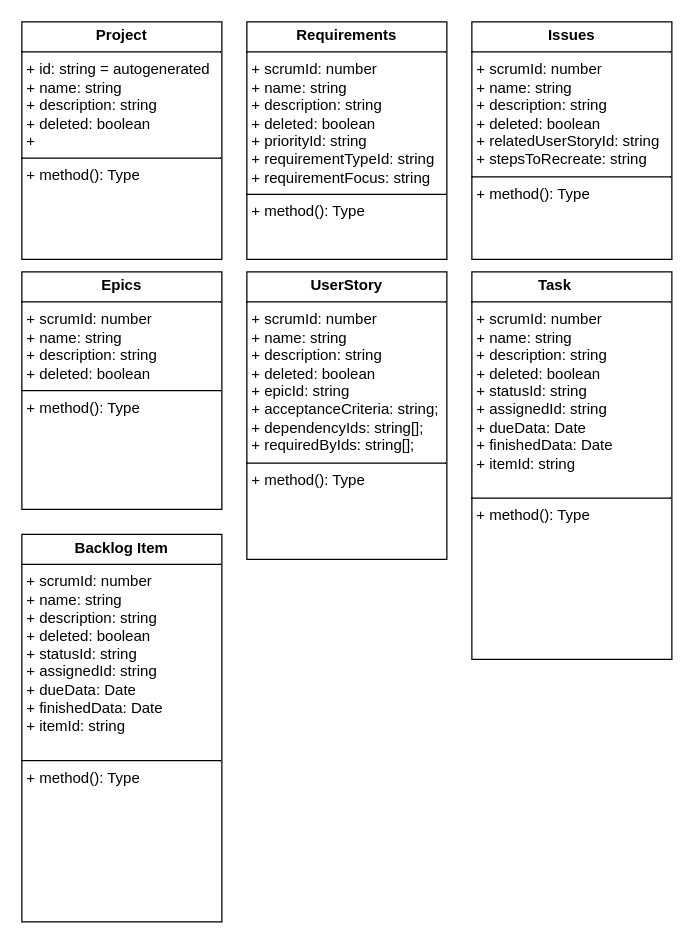
Before: diagrams/class_diagram.drawio in Apantli/Tenor, a draw.io diagram. Source tidied: cells renumbered, new cells numbered last; positions are measured from the earlier drawing's top-left corner, leaving out a move shared by most shapes. Both pictures are drawn from the tidied source at 125%, with x=0, y=0 at pixel (21, 21).
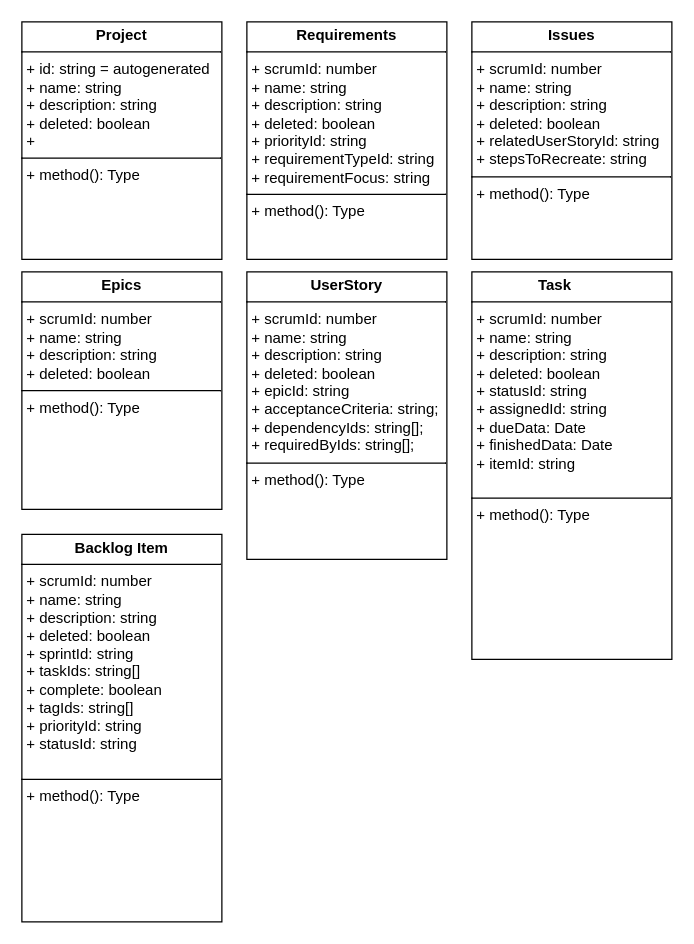
The same diagram, later.

The edit, as a diff of the source:
```diff
@@
 <mxGraphModel>
   <root>
     <mxCell id="0" />
     <mxCell id="1" parent="0" />
     <mxCell id="2" value="&lt;p style=&quot;margin:0px;margin-top:4px;text-align:center;&quot;&gt;&lt;b&gt;Project&lt;/b&gt;&lt;/p&gt;&lt;hr size=&quot;1&quot; style=&quot;border-style:solid;&quot;&gt;&lt;p style=&quot;margin:0px;margin-left:4px;&quot;&gt;+ id: string = autogenerated&lt;/p&gt;&lt;p style=&quot;margin:0px;margin-left:4px;&quot;&gt;+ name: string&lt;/p&gt;&lt;p style=&quot;margin:0px;margin-left:4px;&quot;&gt;+ description: string&lt;/p&gt;&lt;p style=&quot;margin:0px;margin-left:4px;&quot;&gt;+ deleted: boolean&lt;/p&gt;&lt;p style=&quot;margin:0px;margin-left:4px;&quot;&gt;+&amp;nbsp;&lt;/p&gt;&lt;hr size=&quot;1&quot; style=&quot;border-style:solid;&quot;&gt;&lt;p style=&quot;margin:0px;margin-left:4px;&quot;&gt;+ method(): Type&lt;/p&gt;" style="verticalAlign=top;align=left;overflow=fill;html=1;whiteSpace=wrap;" parent="1" vertex="1">
       <mxGeometry width="160" height="190" as="geometry" />
     </mxCell>
     <mxCell id="3" value="&lt;p style=&quot;margin:0px;margin-top:4px;text-align:center;&quot;&gt;&lt;b&gt;Requirements&lt;/b&gt;&lt;/p&gt;&lt;hr size=&quot;1&quot; style=&quot;border-style:solid;&quot;&gt;&lt;p style=&quot;margin:0px;margin-left:4px;&quot;&gt;+ scrumId: number&lt;/p&gt;&lt;p style=&quot;margin:0px;margin-left:4px;&quot;&gt;+ name: string&lt;/p&gt;&lt;p style=&quot;margin:0px;margin-left:4px;&quot;&gt;+ description: string&lt;/p&gt;&lt;p style=&quot;margin:0px;margin-left:4px;&quot;&gt;+ deleted: boolean&lt;/p&gt;&lt;p style=&quot;margin:0px;margin-left:4px;&quot;&gt;+ priorityId: string&lt;/p&gt;&lt;p style=&quot;margin:0px;margin-left:4px;&quot;&gt;+ requirementTypeId: string&lt;/p&gt;&lt;p style=&quot;margin:0px;margin-left:4px;&quot;&gt;+ requirementFocus: string&lt;/p&gt;&lt;hr size=&quot;1&quot; style=&quot;border-style:solid;&quot;&gt;&lt;p style=&quot;margin:0px;margin-left:4px;&quot;&gt;+ method(): Type&lt;/p&gt;" style="verticalAlign=top;align=left;overflow=fill;html=1;whiteSpace=wrap;" parent="1" vertex="1">
       <mxGeometry x="180" width="160" height="190" as="geometry" />
     </mxCell>
     <mxCell id="4" value="&lt;p style=&quot;margin:0px;margin-top:4px;text-align:center;&quot;&gt;&lt;b&gt;Issues&lt;/b&gt;&lt;/p&gt;&lt;hr size=&quot;1&quot; style=&quot;border-style:solid;&quot;&gt;&lt;p style=&quot;margin:0px;margin-left:4px;&quot;&gt;+ scrumId: number&lt;/p&gt;&lt;p style=&quot;margin:0px;margin-left:4px;&quot;&gt;+ name: string&lt;/p&gt;&lt;p style=&quot;margin:0px;margin-left:4px;&quot;&gt;+ description: string&lt;/p&gt;&lt;p style=&quot;margin:0px;margin-left:4px;&quot;&gt;+ deleted: boolean&lt;/p&gt;&lt;p style=&quot;margin:0px;margin-left:4px;&quot;&gt;+ relatedUserStoryId: string&lt;br&gt;&lt;/p&gt;&lt;p style=&quot;margin:0px;margin-left:4px;&quot;&gt;+ stepsToRecreate: string&lt;/p&gt;&lt;hr size=&quot;1&quot; style=&quot;border-style:solid;&quot;&gt;&lt;p style=&quot;margin:0px;margin-left:4px;&quot;&gt;+ method(): Type&lt;/p&gt;" style="verticalAlign=top;align=left;overflow=fill;html=1;whiteSpace=wrap;" parent="1" vertex="1">
       <mxGeometry x="360" width="160" height="190" as="geometry" />
     </mxCell>
     <mxCell id="5" value="&lt;p style=&quot;margin:0px;margin-top:4px;text-align:center;&quot;&gt;&lt;b&gt;Epics&lt;/b&gt;&lt;/p&gt;&lt;hr size=&quot;1&quot; style=&quot;border-style:solid;&quot;&gt;&lt;p style=&quot;margin:0px;margin-left:4px;&quot;&gt;+ scrumId: number&lt;/p&gt;&lt;p style=&quot;margin:0px;margin-left:4px;&quot;&gt;+ name: string&lt;/p&gt;&lt;p style=&quot;margin:0px;margin-left:4px;&quot;&gt;+ description: string&lt;/p&gt;&lt;p style=&quot;margin:0px;margin-left:4px;&quot;&gt;+ deleted: boolean&lt;/p&gt;&lt;hr size=&quot;1&quot; style=&quot;border-style:solid;&quot;&gt;&lt;p style=&quot;margin:0px;margin-left:4px;&quot;&gt;+ method(): Type&lt;/p&gt;" style="verticalAlign=top;align=left;overflow=fill;html=1;whiteSpace=wrap;" parent="1" vertex="1">
       <mxGeometry y="200" width="160" height="190" as="geometry" />
     </mxCell>
     <mxCell id="6" value="&lt;p style=&quot;margin:0px;margin-top:4px;text-align:center;&quot;&gt;&lt;b&gt;UserStory&lt;/b&gt;&lt;/p&gt;&lt;hr size=&quot;1&quot; style=&quot;border-style:solid;&quot;&gt;&lt;p style=&quot;margin:0px;margin-left:4px;&quot;&gt;+ scrumId: number&lt;/p&gt;&lt;p style=&quot;margin:0px;margin-left:4px;&quot;&gt;+ name: string&lt;/p&gt;&lt;p style=&quot;margin:0px;margin-left:4px;&quot;&gt;+ description: string&lt;/p&gt;&lt;p style=&quot;margin:0px;margin-left:4px;&quot;&gt;+ deleted: boolean&lt;/p&gt;&lt;p style=&quot;margin:0px;margin-left:4px;&quot;&gt;+ epicId: string&lt;/p&gt;&lt;p style=&quot;margin:0px;margin-left:4px;&quot;&gt;+&amp;nbsp;&lt;span style=&quot;background-color: transparent;&quot;&gt;acceptanceCriteria: string;&amp;nbsp;&lt;/span&gt;&lt;/p&gt;&lt;p style=&quot;margin:0px;margin-left:4px;&quot;&gt;+ dependencyIds: string[];&lt;/p&gt;&lt;p style=&quot;margin:0px;margin-left:4px;&quot;&gt;&lt;span style=&quot;background-color: transparent; color: light-dark(rgb(0, 0, 0), rgb(255, 255, 255));&quot;&gt;+ requiredByIds: string[];&lt;/span&gt;&lt;/p&gt;&lt;hr size=&quot;1&quot; style=&quot;border-style:solid;&quot;&gt;&lt;p style=&quot;margin:0px;margin-left:4px;&quot;&gt;+ method(): Type&lt;/p&gt;" style="verticalAlign=top;align=left;overflow=fill;html=1;whiteSpace=wrap;" parent="1" vertex="1">
       <mxGeometry x="180" y="200" width="160" height="230" as="geometry" />
     </mxCell>
     <mxCell id="7" value="&lt;p style=&quot;margin:0px;margin-top:4px;text-align:center;&quot;&gt;&lt;b&gt;Task&lt;span style=&quot;white-space: pre;&quot;&gt;&#9;&lt;/span&gt;&lt;/b&gt;&lt;/p&gt;&lt;hr size=&quot;1&quot; style=&quot;border-style:solid;&quot;&gt;&lt;p style=&quot;margin:0px;margin-left:4px;&quot;&gt;+ scrumId: number&lt;/p&gt;&lt;p style=&quot;margin:0px;margin-left:4px;&quot;&gt;+ name: string&lt;/p&gt;&lt;p style=&quot;margin:0px;margin-left:4px;&quot;&gt;+ description: string&lt;/p&gt;&lt;p style=&quot;margin:0px;margin-left:4px;&quot;&gt;+ deleted: boolean&lt;/p&gt;&lt;p style=&quot;margin:0px;margin-left:4px;&quot;&gt;+ statusId: string&lt;br&gt;&lt;/p&gt;&lt;p style=&quot;margin:0px;margin-left:4px;&quot;&gt;+ assignedId: string&lt;/p&gt;&lt;p style=&quot;margin:0px;margin-left:4px;&quot;&gt;+ dueData: Date&lt;/p&gt;&lt;p style=&quot;margin:0px;margin-left:4px;&quot;&gt;+ finishedData: Date&lt;/p&gt;&lt;p style=&quot;margin:0px;margin-left:4px;&quot;&gt;+ itemId: string&lt;/p&gt;&lt;p style=&quot;margin:0px;margin-left:4px;&quot;&gt;&lt;br&gt;&lt;/p&gt;&lt;hr size=&quot;1&quot; style=&quot;border-style:solid;&quot;&gt;&lt;p style=&quot;margin:0px;margin-left:4px;&quot;&gt;+ method(): Type&lt;/p&gt;" style="verticalAlign=top;align=left;overflow=fill;html=1;whiteSpace=wrap;" parent="1" vertex="1">
       <mxGeometry x="360" y="200" width="160" height="310" as="geometry" />
     </mxCell>
-    <mxCell id="8" value="&lt;p style=&quot;margin:0px;margin-top:4px;text-align:center;&quot;&gt;&lt;b&gt;Backlog Item&lt;/b&gt;&lt;/p&gt;&lt;hr size=&quot;1&quot; style=&quot;border-style:solid;&quot;&gt;&lt;p style=&quot;margin:0px;margin-left:4px;&quot;&gt;+ scrumId: number&lt;/p&gt;&lt;p style=&quot;margin:0px;margin-left:4px;&quot;&gt;+ name: string&lt;/p&gt;&lt;p style=&quot;margin:0px;margin-left:4px;&quot;&gt;+ description: string&lt;/p&gt;&lt;p style=&quot;margin:0px;margin-left:4px;&quot;&gt;+ deleted: boolean&lt;/p&gt;&lt;p style=&quot;margin:0px;margin-left:4px;&quot;&gt;+ statusId: string&lt;br&gt;&lt;/p&gt;&lt;p style=&quot;margin:0px;margin-left:4px;&quot;&gt;+ assignedId: string&lt;/p&gt;&lt;p style=&quot;margin:0px;margin-left:4px;&quot;&gt;+ dueData: Date&lt;/p&gt;&lt;p style=&quot;margin:0px;margin-left:4px;&quot;&gt;+ finishedData: Date&lt;/p&gt;&lt;p style=&quot;margin:0px;margin-left:4px;&quot;&gt;+ itemId: string&lt;/p&gt;&lt;p style=&quot;margin:0px;margin-left:4px;&quot;&gt;&lt;br&gt;&lt;/p&gt;&lt;hr size=&quot;1&quot; style=&quot;border-style:solid;&quot;&gt;&lt;p style=&quot;margin:0px;margin-left:4px;&quot;&gt;+ method(): Type&lt;/p&gt;" style="verticalAlign=top;align=left;overflow=fill;html=1;whiteSpace=wrap;" parent="1" vertex="1">
+    <mxCell id="8" value="&lt;p style=&quot;margin:0px;margin-top:4px;text-align:center;&quot;&gt;&lt;b&gt;Backlog Item&lt;/b&gt;&lt;/p&gt;&lt;hr size=&quot;1&quot; style=&quot;border-style:solid;&quot;&gt;&lt;p style=&quot;margin:0px;margin-left:4px;&quot;&gt;+ scrumId: number&lt;/p&gt;&lt;p style=&quot;margin:0px;margin-left:4px;&quot;&gt;+ name: string&lt;/p&gt;&lt;p style=&quot;margin:0px;margin-left:4px;&quot;&gt;+ description: string&lt;/p&gt;&lt;p style=&quot;margin:0px;margin-left:4px;&quot;&gt;+ deleted: boolean&lt;/p&gt;&lt;p style=&quot;margin:0px;margin-left:4px;&quot;&gt;+ sprintId: string&lt;/p&gt;&lt;p style=&quot;margin:0px;margin-left:4px;&quot;&gt;+ taskIds: string[]&lt;/p&gt;&lt;p style=&quot;margin:0px;margin-left:4px;&quot;&gt;+ complete: boolean&lt;/p&gt;&lt;p style=&quot;margin:0px;margin-left:4px;&quot;&gt;+ tagIds: string[]&lt;/p&gt;&lt;p style=&quot;margin:0px;margin-left:4px;&quot;&gt;+ priorityId: string&lt;/p&gt;&lt;p style=&quot;margin:0px;margin-left:4px;&quot;&gt;+ statusId: string&lt;/p&gt;&lt;p style=&quot;margin:0px;margin-left:4px;&quot;&gt;&lt;br&gt;&lt;/p&gt;&lt;hr size=&quot;1&quot; style=&quot;border-style:solid;&quot;&gt;&lt;p style=&quot;margin:0px;margin-left:4px;&quot;&gt;+ method(): Type&lt;/p&gt;" style="verticalAlign=top;align=left;overflow=fill;html=1;whiteSpace=wrap;" parent="1" vertex="1">
       <mxGeometry y="410" width="160" height="310" as="geometry" />
     </mxCell>
   </root>
 </mxGraphModel>
```
